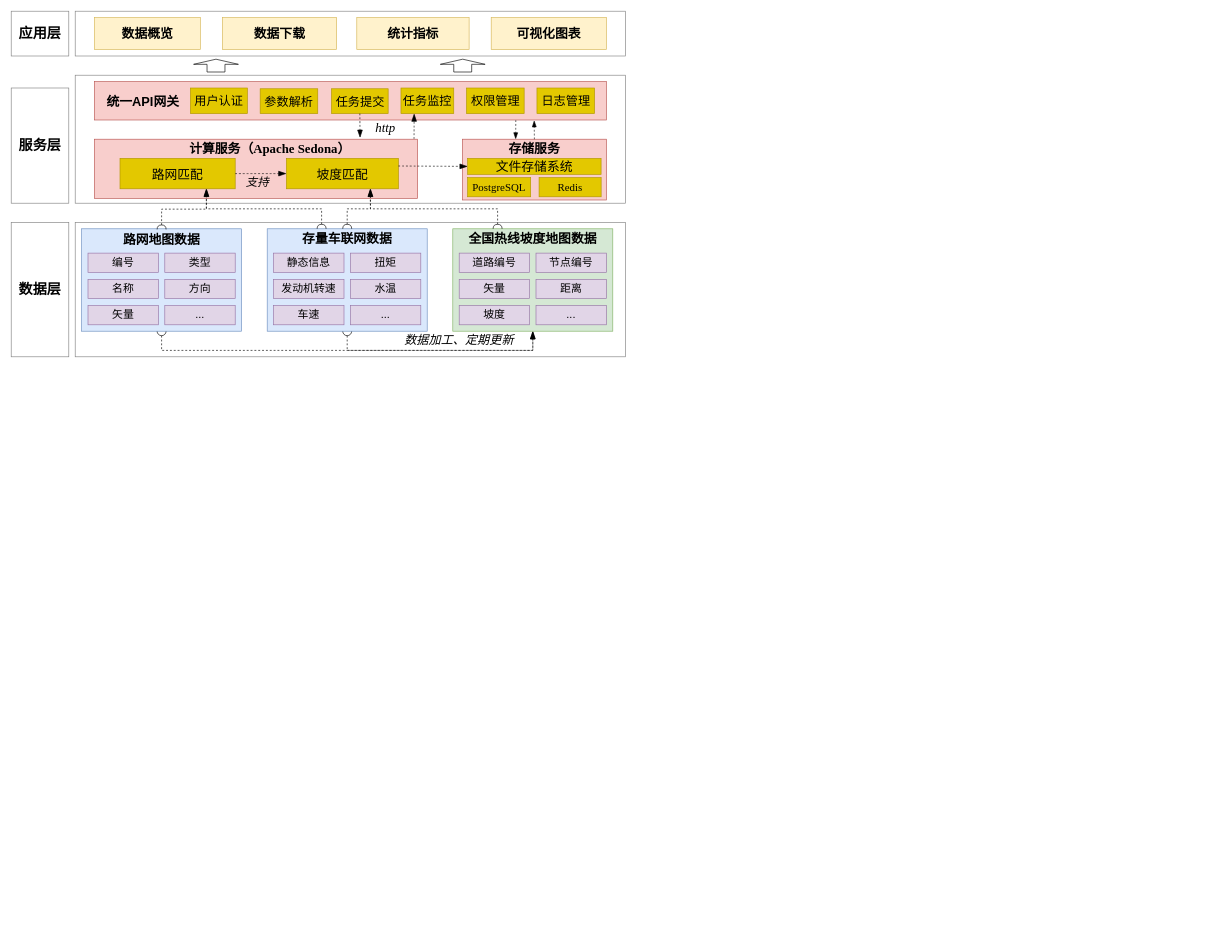
Earlier version of the draw.io diagram 车联网数据地理信息匹配服务.drawio (wangwuhua11/draw). Source tidied: cells renumbered, new cells numbered last; positions are measured from the earlier drawing's top-left corner, leaving out a move shared by most shapes. Both pictures are drawn from the tidied source at 64%, with x=0, y=0 at pixel (11, 11).
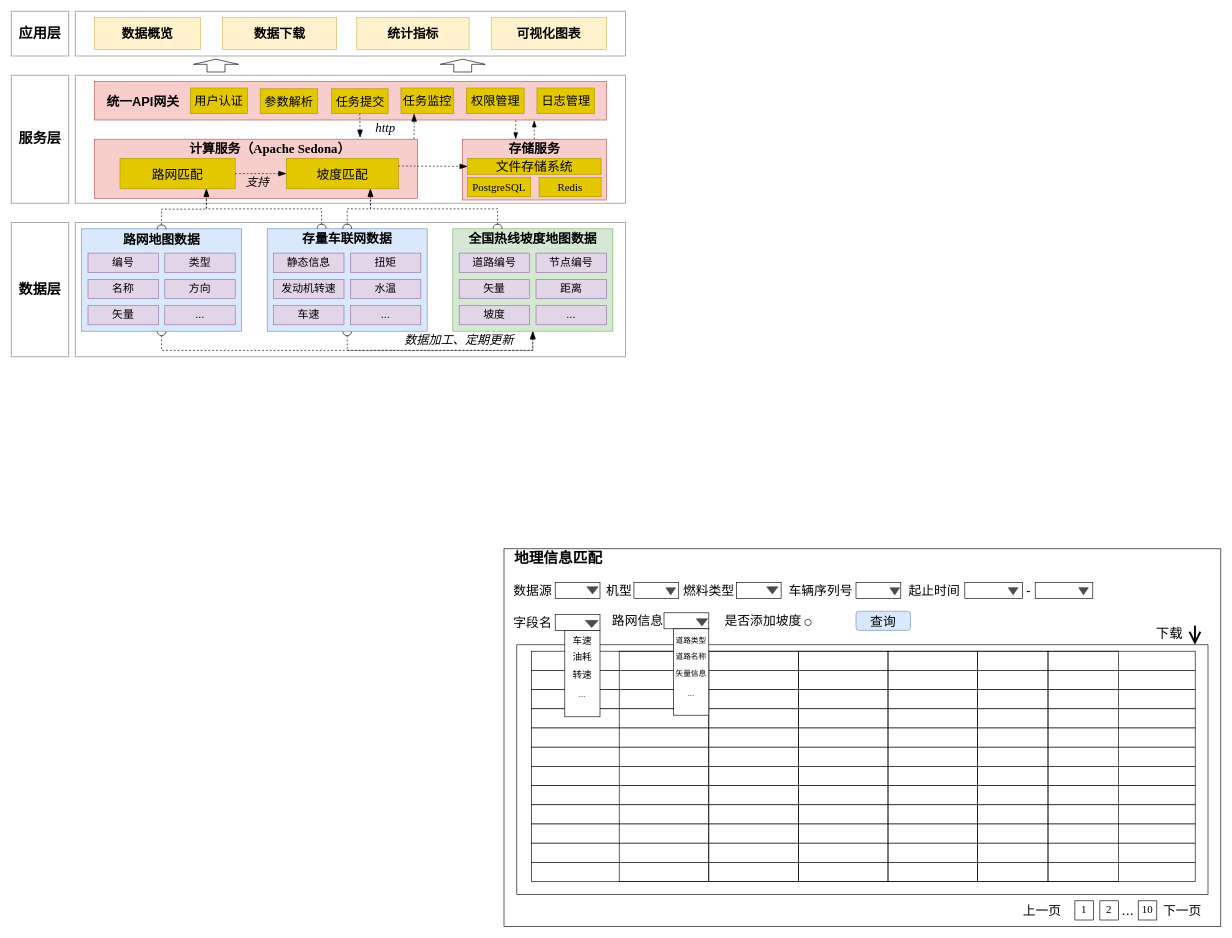
The same page after the edit.

Commit message (it also covers changes not shown here):
更新车联网数据地理信息匹配服务.drawio

What changed in the source:
```diff
@@
     <mxCell id="3" style="rounded=0;whiteSpace=wrap;html=1;fontFamily=Architects Daughter;strokeColor=#808080;" parent="1" vertex="1">
-      <mxGeometry y="120" width="90" height="180" as="geometry" />
+      <mxGeometry y="100" width="90" height="200" as="geometry" />
     </mxCell>
@@
     <mxCell id="57" value="&lt;b&gt;&lt;font style=&quot;font-size: 22px;&quot; face=&quot;宋体&quot;&gt;服务层&lt;/font&gt;&lt;/b&gt;" style="text;strokeColor=none;fillColor=none;html=1;align=center;verticalAlign=middle;whiteSpace=wrap;rounded=0;fontSize=20;fontFamily=Architects Daughter;" parent="1" vertex="1">
-      <mxGeometry x="10" y="195" width="70" height="30" as="geometry" />
+      <mxGeometry x="10" y="185" width="70" height="30" as="geometry" />
     </mxCell>
@@
+    <mxCell id="73" style="rounded=0;whiteSpace=wrap;html=1;fontFamily=Architects Daughter;" parent="1" vertex="1">
+      <mxGeometry x="770" y="840" width="1120" height="590" as="geometry" />
+    </mxCell>
+    <mxCell id="74" value="&lt;font style=&quot;font-size: 23px;&quot;&gt;地理信息匹配&lt;/font&gt;" style="text;strokeColor=none;fillColor=none;html=1;align=center;verticalAlign=middle;whiteSpace=wrap;rounded=0;fontSize=20;fontFamily=宋体;fontStyle=1;" parent="1" vertex="1">
+      <mxGeometry x="770" y="840" width="170" height="30" as="geometry" />
+    </mxCell>
+    <mxCell id="75" style="rounded=0;whiteSpace=wrap;html=1;fontFamily=Architects Daughter;" parent="1" vertex="1">
+      <mxGeometry x="973" y="892.5" width="70" height="25" as="geometry" />
+    </mxCell>
+    <mxCell id="76" value="&lt;font face=&quot;宋体&quot;&gt;机型&lt;/font&gt;" style="text;strokeColor=none;fillColor=none;html=1;align=center;verticalAlign=middle;whiteSpace=wrap;rounded=0;fontSize=20;fontFamily=Architects Daughter;" parent="1" vertex="1">
+      <mxGeometry x="920" y="890" width="60" height="30" as="geometry" />
+    </mxCell>
+    <mxCell id="77" style="rounded=0;whiteSpace=wrap;html=1;fontFamily=Architects Daughter;" parent="1" vertex="1">
+      <mxGeometry x="1133" y="892.5" width="70" height="25" as="geometry" />
+    </mxCell>
+    <mxCell id="78" value="&lt;font face=&quot;宋体&quot;&gt;燃料类型&lt;/font&gt;" style="text;strokeColor=none;fillColor=none;html=1;align=center;verticalAlign=middle;whiteSpace=wrap;rounded=0;fontSize=20;fontFamily=Architects Daughter;" parent="1" vertex="1">
+      <mxGeometry x="1040" y="890" width="100" height="30" as="geometry" />
+    </mxCell>
+    <mxCell id="79" style="rounded=0;whiteSpace=wrap;html=1;fontFamily=Architects Daughter;" parent="1" vertex="1">
+      <mxGeometry x="1320" y="892.5" width="70" height="25" as="geometry" />
+    </mxCell>
+    <mxCell id="80" value="&lt;font face=&quot;宋体&quot;&gt;车辆序列号&lt;/font&gt;" style="text;strokeColor=none;fillColor=none;html=1;align=center;verticalAlign=middle;whiteSpace=wrap;rounded=0;fontSize=20;fontFamily=Architects Daughter;" parent="1" vertex="1">
+      <mxGeometry x="1210" y="890" width="110" height="30" as="geometry" />
+    </mxCell>
+    <mxCell id="81" value="&lt;font face=&quot;宋体&quot;&gt;起止时间&lt;/font&gt;" style="text;strokeColor=none;fillColor=none;html=1;align=center;verticalAlign=middle;whiteSpace=wrap;rounded=0;fontSize=20;fontFamily=Architects Daughter;" parent="1" vertex="1">
+      <mxGeometry x="1395" y="890" width="95" height="30" as="geometry" />
+    </mxCell>
+    <mxCell id="82" style="rounded=0;whiteSpace=wrap;html=1;fontFamily=Architects Daughter;" parent="1" vertex="1">
+      <mxGeometry x="1490" y="892.5" width="90" height="25" as="geometry" />
+    </mxCell>
+    <mxCell id="83" style="rounded=0;whiteSpace=wrap;html=1;fontFamily=Architects Daughter;" parent="1" vertex="1">
+      <mxGeometry x="1600" y="892.5" width="90" height="25" as="geometry" />
+    </mxCell>
+    <mxCell id="84" value="&lt;font face=&quot;宋体&quot;&gt;-&lt;/font&gt;" style="text;strokeColor=none;fillColor=none;html=1;align=center;verticalAlign=middle;whiteSpace=wrap;rounded=0;fontSize=20;fontFamily=Architects Daughter;" parent="1" vertex="1">
+      <mxGeometry x="1580" y="890" width="20" height="30" as="geometry" />
+    </mxCell>
+    <mxCell id="85" style="rounded=0;whiteSpace=wrap;html=1;fontFamily=Architects Daughter;" parent="1" vertex="1">
+      <mxGeometry x="850" y="892.5" width="70" height="25" as="geometry" />
+    </mxCell>
+    <mxCell id="86" value="&lt;font face=&quot;宋体&quot;&gt;数据源&lt;/font&gt;" style="text;strokeColor=none;fillColor=none;html=1;align=center;verticalAlign=middle;whiteSpace=wrap;rounded=0;fontSize=20;fontFamily=Architects Daughter;" parent="1" vertex="1">
+      <mxGeometry x="780" y="890" width="70" height="30" as="geometry" />
+    </mxCell>
+    <mxCell id="87" style="rounded=0;whiteSpace=wrap;html=1;fontFamily=Architects Daughter;" parent="1" vertex="1">
+      <mxGeometry x="850" y="942.5" width="70" height="25" as="geometry" />
+    </mxCell>
+    <mxCell id="88" value="&lt;font face=&quot;宋体&quot;&gt;字段名&lt;/font&gt;" style="text;strokeColor=none;fillColor=none;html=1;align=center;verticalAlign=middle;whiteSpace=wrap;rounded=0;fontSize=20;fontFamily=Architects Daughter;" parent="1" vertex="1">
+      <mxGeometry x="780" y="940" width="70" height="30" as="geometry" />
+    </mxCell>
+    <mxCell id="89" style="rounded=0;whiteSpace=wrap;html=1;fontFamily=Architects Daughter;" parent="1" vertex="1">
+      <mxGeometry x="1020" y="940" width="70" height="25" as="geometry" />
+    </mxCell>
+    <mxCell id="90" value="&lt;font face=&quot;宋体&quot;&gt;路网信息&lt;/font&gt;" style="text;strokeColor=none;fillColor=none;html=1;align=center;verticalAlign=middle;whiteSpace=wrap;rounded=0;fontSize=20;fontFamily=Architects Daughter;" parent="1" vertex="1">
+      <mxGeometry x="938" y="937.5" width="82" height="30" as="geometry" />
+    </mxCell>
+    <mxCell id="91" value="&lt;font face=&quot;宋体&quot;&gt;是否添加坡度&lt;/font&gt;" style="text;strokeColor=none;fillColor=none;html=1;align=center;verticalAlign=middle;whiteSpace=wrap;rounded=0;fontSize=20;fontFamily=Architects Daughter;" parent="1" vertex="1">
+      <mxGeometry x="1110" y="937.5" width="130" height="30" as="geometry" />
+    </mxCell>
+    <mxCell id="92" style="ellipse;whiteSpace=wrap;html=1;fontFamily=Architects Daughter;" parent="1" vertex="1">
+      <mxGeometry x="1240" y="950" width="10" height="10" as="geometry" />
+    </mxCell>
+    <mxCell id="93" style="triangle;whiteSpace=wrap;html=1;fontFamily=Architects Daughter;rotation=90;fillColor=#4D4D4D;fontColor=#ffffff;strokeColor=#314354;" parent="1" vertex="1">
+      <mxGeometry x="902.8" y="896.2" width="11" height="17.5" as="geometry" />
+    </mxCell>
+    <mxCell id="94" style="triangle;whiteSpace=wrap;html=1;fontFamily=Architects Daughter;rotation=90;fillColor=#4D4D4D;fontColor=#ffffff;strokeColor=#314354;" parent="1" vertex="1">
+      <mxGeometry x="1025" y="899" width="11" height="15" as="geometry" />
+    </mxCell>
+    <mxCell id="95" style="triangle;whiteSpace=wrap;html=1;fontFamily=Architects Daughter;rotation=90;fillColor=#4D4D4D;fontColor=#ffffff;strokeColor=#314354;" parent="1" vertex="1">
+      <mxGeometry x="1183.8" y="896.2" width="11" height="17.5" as="geometry" />
+    </mxCell>
+    <mxCell id="96" style="triangle;whiteSpace=wrap;html=1;fontFamily=Architects Daughter;rotation=90;fillColor=#4D4D4D;fontColor=#ffffff;strokeColor=#314354;" parent="1" vertex="1">
+      <mxGeometry x="1375" y="899" width="11" height="15" as="geometry" />
+    </mxCell>
+    <mxCell id="97" style="triangle;whiteSpace=wrap;html=1;fontFamily=Architects Daughter;rotation=90;fillColor=#4D4D4D;fontColor=#ffffff;strokeColor=#314354;" parent="1" vertex="1">
+      <mxGeometry x="901.5" y="947.5" width="11" height="20" as="geometry" />
+    </mxCell>
+    <mxCell id="98" style="triangle;whiteSpace=wrap;html=1;fontFamily=Architects Daughter;rotation=90;fillColor=#4D4D4D;fontColor=#ffffff;strokeColor=#314354;" parent="1" vertex="1">
+      <mxGeometry x="1073.8" y="946.2" width="11" height="17.5" as="geometry" />
+    </mxCell>
+    <mxCell id="99" style="triangle;whiteSpace=wrap;html=1;fontFamily=Architects Daughter;rotation=90;fillColor=#4D4D4D;fontColor=#ffffff;strokeColor=#314354;" parent="1" vertex="1">
+      <mxGeometry x="1560" y="898.8" width="11" height="15" as="geometry" />
+    </mxCell>
+    <mxCell id="100" style="triangle;whiteSpace=wrap;html=1;fontFamily=Architects Daughter;rotation=90;fillColor=#4D4D4D;fontColor=#ffffff;strokeColor=#314354;" parent="1" vertex="1">
+      <mxGeometry x="1670" y="898.8" width="11" height="15" as="geometry" />
+    </mxCell>
+    <mxCell id="101" value="&lt;font face=&quot;宋体&quot; style=&quot;font-size: 20px;&quot;&gt;查询&lt;/font&gt;" style="rounded=1;whiteSpace=wrap;html=1;fontFamily=Architects Daughter;fillColor=#dae8fc;strokeColor=#6c8ebf;" parent="1" vertex="1">
+      <mxGeometry x="1320" y="937.5" width="85" height="30" as="geometry" />
+    </mxCell>
+    <mxCell id="102" style="rounded=0;whiteSpace=wrap;html=1;fontFamily=Architects Daughter;" parent="1" vertex="1">
+      <mxGeometry x="790" y="990" width="1080" height="390" as="geometry" />
+    </mxCell>
+    <mxCell id="103" value="&lt;font style=&quot;font-size: 17px;&quot; face=&quot;Times New Roman&quot;&gt;1&lt;/font&gt;" style="rounded=0;whiteSpace=wrap;html=1;fontFamily=Architects Daughter;" parent="1" vertex="1">
+      <mxGeometry x="1662" y="1390" width="29" height="30" as="geometry" />
+    </mxCell>
+    <mxCell id="104" value="&lt;font style=&quot;font-size: 17px;&quot; face=&quot;Times New Roman&quot;&gt;2&lt;/font&gt;" style="rounded=0;whiteSpace=wrap;html=1;fontFamily=Architects Daughter;" parent="1" vertex="1">
+      <mxGeometry x="1701" y="1390" width="29" height="30" as="geometry" />
+    </mxCell>
+    <mxCell id="105" value="&lt;font style=&quot;font-size: 17px;&quot; face=&quot;Times New Roman&quot;&gt;10&lt;/font&gt;" style="rounded=0;whiteSpace=wrap;html=1;fontFamily=Architects Daughter;" parent="1" vertex="1">
+      <mxGeometry x="1761" y="1390" width="29" height="30" as="geometry" />
+    </mxCell>
+    <mxCell id="106" value="&lt;font face=&quot;Verdana&quot;&gt;...&lt;/font&gt;" style="text;strokeColor=none;fillColor=none;html=1;align=center;verticalAlign=middle;whiteSpace=wrap;rounded=0;fontSize=20;fontFamily=Architects Daughter;" parent="1" vertex="1">
+      <mxGeometry x="1730" y="1390" width="30" height="30" as="geometry" />
+    </mxCell>
+    <mxCell id="107" value="&lt;font face=&quot;宋体&quot;&gt;上一页&lt;/font&gt;" style="text;strokeColor=none;fillColor=none;html=1;align=center;verticalAlign=middle;whiteSpace=wrap;rounded=0;fontSize=20;fontFamily=Architects Daughter;" parent="1" vertex="1">
+      <mxGeometry x="1571" y="1390" width="80" height="30" as="geometry" />
+    </mxCell>
+    <mxCell id="108" value="&lt;font face=&quot;宋体&quot;&gt;下一页&lt;/font&gt;" style="text;strokeColor=none;fillColor=none;html=1;align=center;verticalAlign=middle;whiteSpace=wrap;rounded=0;fontSize=20;fontFamily=Architects Daughter;" parent="1" vertex="1">
+      <mxGeometry x="1790" y="1390" width="80" height="30" as="geometry" />
+    </mxCell>
+    <mxCell id="109" style="rounded=0;whiteSpace=wrap;html=1;fontFamily=Architects Daughter;" parent="1" vertex="1">
+      <mxGeometry x="813" y="1000" width="1037" height="30" as="geometry" />
+    </mxCell>
+    <mxCell id="110" style="rounded=0;whiteSpace=wrap;html=1;fontFamily=Architects Daughter;" parent="1" vertex="1">
+      <mxGeometry x="813" y="1030" width="1037" height="30" as="geometry" />
+    </mxCell>
+    <mxCell id="111" style="rounded=0;whiteSpace=wrap;html=1;fontFamily=Architects Daughter;" parent="1" vertex="1">
+      <mxGeometry x="813" y="1060" width="1037" height="30" as="geometry" />
+    </mxCell>
+    <mxCell id="112" style="rounded=0;whiteSpace=wrap;html=1;fontFamily=Architects Daughter;" parent="1" vertex="1">
+      <mxGeometry x="813" y="1090" width="1037" height="30" as="geometry" />
+    </mxCell>
+    <mxCell id="113" style="rounded=0;whiteSpace=wrap;html=1;fontFamily=Architects Daughter;" parent="1" vertex="1">
+      <mxGeometry x="813" y="1120" width="1037" height="30" as="geometry" />
+    </mxCell>
+    <mxCell id="114" style="rounded=0;whiteSpace=wrap;html=1;fontFamily=Architects Daughter;" parent="1" vertex="1">
+      <mxGeometry x="813" y="1150" width="1037" height="30" as="geometry" />
+    </mxCell>
+    <mxCell id="115" style="rounded=0;whiteSpace=wrap;html=1;fontFamily=Architects Daughter;" parent="1" vertex="1">
+      <mxGeometry x="813" y="1180" width="1037" height="30" as="geometry" />
+    </mxCell>
+    <mxCell id="116" style="rounded=0;whiteSpace=wrap;html=1;fontFamily=Architects Daughter;" parent="1" vertex="1">
+      <mxGeometry x="813" y="1210" width="1037" height="30" as="geometry" />
+    </mxCell>
+    <mxCell id="117" style="rounded=0;whiteSpace=wrap;html=1;fontFamily=Architects Daughter;" parent="1" vertex="1">
+      <mxGeometry x="813" y="1240" width="1037" height="30" as="geometry" />
+    </mxCell>
+    <mxCell id="118" style="rounded=0;whiteSpace=wrap;html=1;fontFamily=Architects Daughter;" parent="1" vertex="1">
+      <mxGeometry x="813" y="1270" width="1037" height="30" as="geometry" />
+    </mxCell>
+    <mxCell id="119" style="rounded=0;whiteSpace=wrap;html=1;fontFamily=Architects Daughter;" parent="1" vertex="1">
+      <mxGeometry x="813" y="1300" width="1037" height="30" as="geometry" />
+    </mxCell>
+    <mxCell id="120" style="rounded=0;whiteSpace=wrap;html=1;fontFamily=Architects Daughter;" parent="1" vertex="1">
+      <mxGeometry x="813" y="1330" width="1037" height="30" as="geometry" />
+    </mxCell>
+    <mxCell id="121" style="rounded=0;whiteSpace=wrap;html=1;fontFamily=Architects Daughter;fillColor=none;" parent="1" vertex="1">
+      <mxGeometry x="950" y="1000" width="140" height="360" as="geometry" />
+    </mxCell>
+    <mxCell id="122" style="rounded=0;whiteSpace=wrap;html=1;fontFamily=Architects Daughter;fillColor=none;" parent="1" vertex="1">
+      <mxGeometry x="1090" y="1000" width="140" height="360" as="geometry" />
+    </mxCell>
+    <mxCell id="123" style="rounded=0;whiteSpace=wrap;html=1;fontFamily=Architects Daughter;fillColor=none;" parent="1" vertex="1">
+      <mxGeometry x="1230" y="1000" width="140" height="360" as="geometry" />
+    </mxCell>
+    <mxCell id="124" style="rounded=0;whiteSpace=wrap;html=1;fontFamily=Architects Daughter;fillColor=none;" parent="1" vertex="1">
+      <mxGeometry x="1370" y="1000" width="140" height="360" as="geometry" />
+    </mxCell>
+    <mxCell id="125" style="rounded=0;whiteSpace=wrap;html=1;fontFamily=Architects Daughter;fillColor=none;" parent="1" vertex="1">
+      <mxGeometry x="1510" y="1000" width="110" height="360" as="geometry" />
+    </mxCell>
+    <mxCell id="126" style="rounded=0;whiteSpace=wrap;html=1;fontFamily=Architects Daughter;fillColor=none;" parent="1" vertex="1">
+      <mxGeometry x="1620" y="1000" width="110" height="360" as="geometry" />
+    </mxCell>
+    <mxCell id="127" value="下载" style="text;strokeColor=none;fillColor=none;html=1;align=center;verticalAlign=middle;whiteSpace=wrap;rounded=0;fontSize=21;fontFamily=宋体;" parent="1" vertex="1">
+      <mxGeometry x="1780" y="957" width="60" height="30" as="geometry" />
+    </mxCell>
+    <mxCell id="128" style="edgeStyle=none;orthogonalLoop=1;jettySize=auto;html=1;rounded=0;fontFamily=Architects Daughter;fontSize=16;startSize=14;endArrow=open;endSize=14;sourcePerimeterSpacing=8;targetPerimeterSpacing=8;curved=1;endFill=0;strokeWidth=3;" parent="1" edge="1">
+      <mxGeometry relative="1" as="geometry">
+        <mxPoint x="1849.6" y="960" as="sourcePoint" />
+        <mxPoint x="1849.6" y="990" as="targetPoint" />
+      </mxGeometry>
+    </mxCell>
+    <mxCell id="129" style="rounded=0;whiteSpace=wrap;html=1;fontFamily=Architects Daughter;" parent="1" vertex="1">
+      <mxGeometry x="1035" y="965" width="55" height="135" as="geometry" />
+    </mxCell>
+    <mxCell id="130" value="&lt;font face=&quot;宋体&quot; style=&quot;font-size: 12px;&quot;&gt;道路类型&lt;/font&gt;" style="text;strokeColor=none;fillColor=none;html=1;align=center;verticalAlign=middle;whiteSpace=wrap;rounded=0;fontSize=20;fontFamily=Architects Daughter;" parent="1" vertex="1">
+      <mxGeometry x="1035" y="965" width="55" height="30" as="geometry" />
+    </mxCell>
+    <mxCell id="131" value="&lt;font face=&quot;宋体&quot; style=&quot;font-size: 12px;&quot;&gt;道路名称&lt;/font&gt;" style="text;strokeColor=none;fillColor=none;html=1;align=center;verticalAlign=middle;whiteSpace=wrap;rounded=0;fontSize=20;fontFamily=Architects Daughter;" parent="1" vertex="1">
+      <mxGeometry x="1035" y="990" width="55" height="30" as="geometry" />
+    </mxCell>
+    <mxCell id="132" value="&lt;font face=&quot;宋体&quot; style=&quot;font-size: 12px;&quot;&gt;矢量信息&lt;/font&gt;" style="text;strokeColor=none;fillColor=none;html=1;align=center;verticalAlign=middle;whiteSpace=wrap;rounded=0;fontSize=20;fontFamily=Architects Daughter;" parent="1" vertex="1">
+      <mxGeometry x="1035" y="1017.5" width="55" height="30" as="geometry" />
+    </mxCell>
+    <mxCell id="133" value="&lt;font face=&quot;宋体&quot; style=&quot;font-size: 12px;&quot;&gt;...&lt;/font&gt;" style="text;strokeColor=none;fillColor=none;html=1;align=center;verticalAlign=middle;whiteSpace=wrap;rounded=0;fontSize=20;fontFamily=Architects Daughter;" parent="1" vertex="1">
+      <mxGeometry x="1035" y="1047.5" width="55" height="30" as="geometry" />
+    </mxCell>
+    <mxCell id="134" style="rounded=0;whiteSpace=wrap;html=1;fontFamily=Architects Daughter;" parent="1" vertex="1">
+      <mxGeometry x="865" y="967.5" width="55" height="135" as="geometry" />
+    </mxCell>
+    <mxCell id="135" value="&lt;font style=&quot;font-size: 15px;&quot; face=&quot;宋体&quot;&gt;车速&lt;/font&gt;" style="text;strokeColor=none;fillColor=none;html=1;align=center;verticalAlign=middle;whiteSpace=wrap;rounded=0;fontSize=20;fontFamily=Architects Daughter;" parent="1" vertex="1">
+      <mxGeometry x="865" y="967.5" width="55" height="30" as="geometry" />
+    </mxCell>
+    <mxCell id="136" value="&lt;font face=&quot;宋体&quot; style=&quot;font-size: 15px;&quot;&gt;油耗&lt;/font&gt;" style="text;strokeColor=none;fillColor=none;html=1;align=center;verticalAlign=middle;whiteSpace=wrap;rounded=0;fontSize=20;fontFamily=Architects Daughter;" parent="1" vertex="1">
+      <mxGeometry x="865" y="992.5" width="55" height="30" as="geometry" />
+    </mxCell>
+    <mxCell id="137" value="&lt;font face=&quot;宋体&quot; style=&quot;font-size: 15px;&quot;&gt;转速&lt;/font&gt;" style="text;strokeColor=none;fillColor=none;html=1;align=center;verticalAlign=middle;whiteSpace=wrap;rounded=0;fontSize=20;fontFamily=Architects Daughter;" parent="1" vertex="1">
+      <mxGeometry x="865" y="1020" width="55" height="30" as="geometry" />
+    </mxCell>
+    <mxCell id="138" value="&lt;font face=&quot;宋体&quot; style=&quot;font-size: 12px;&quot;&gt;...&lt;/font&gt;" style="text;strokeColor=none;fillColor=none;html=1;align=center;verticalAlign=middle;whiteSpace=wrap;rounded=0;fontSize=20;fontFamily=Architects Daughter;" parent="1" vertex="1">
+      <mxGeometry x="865" y="1050" width="55" height="30" as="geometry" />
+    </mxCell>
```
